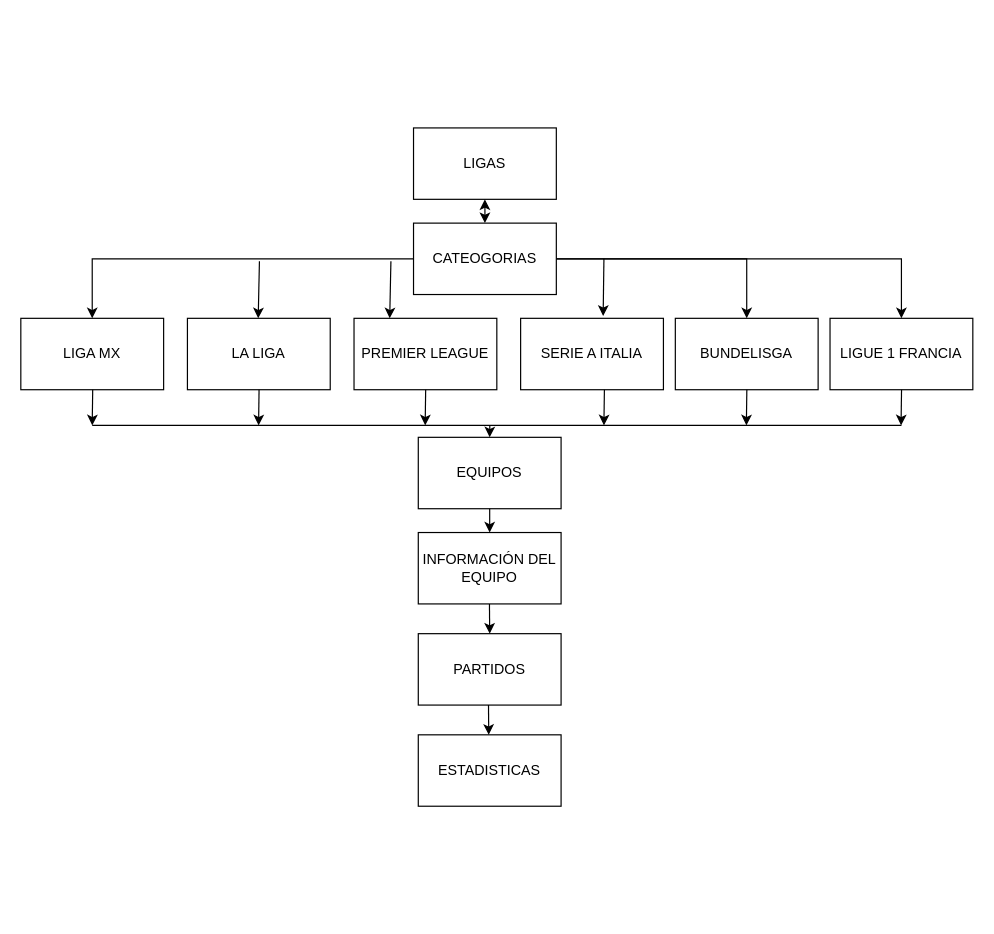
The draw.io diagram Diagrama sin título.drawio in JAMESiOSX/APLICACION-MOVIL, before the edit. Source tidied: cells renumbered, new cells numbered last; positions are measured from the earlier drawing's top-left corner, leaving out a move shared by most shapes. Both pictures are drawn from the tidied source at 119%, with x=0, y=0 at pixel (20, 127).
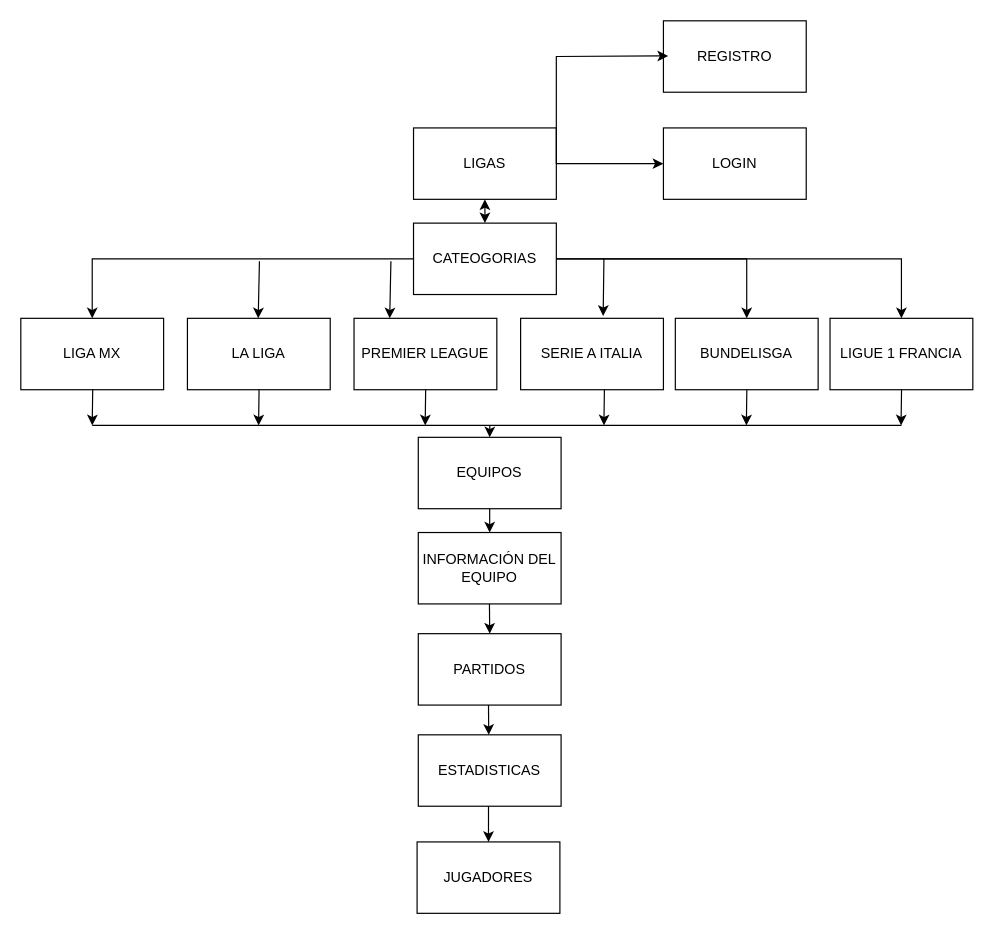
After the change.

Change to the diagram source:
```diff
@@
+    <mxCell id="32" value="LOGIN" style="rounded=0;whiteSpace=wrap;html=1;" parent="1" vertex="1">
+      <mxGeometry x="540" width="120" height="60" as="geometry" />
+    </mxCell>
+    <mxCell id="33" style="endArrow=classic;html=1;rounded=0;entryX=0;entryY=0.5;entryDx=0;entryDy=0;" parent="1" edge="1" target="32">
+      <mxGeometry relative="1" as="geometry">
+        <mxPoint x="450" y="30" as="sourcePoint" />
+      </mxGeometry>
+    </mxCell>
+    <mxCell id="34" value="REGISTRO" style="rounded=0;whiteSpace=wrap;html=1;" parent="1" vertex="1">
+      <mxGeometry x="540" y="-90" width="120" height="60" as="geometry" />
+    </mxCell>
+    <mxCell id="35" style="endArrow=classic;html=1;rounded=0;entryX=0;entryY=0.5;entryDx=0;entryDy=0;" parent="1" edge="1">
+      <mxGeometry relative="1" as="geometry">
+        <mxPoint x="450" y="30" as="sourcePoint" />
+        <mxPoint x="544" y="-60.5" as="targetPoint" />
+        <Array as="points">
+          <mxPoint x="450" y="-60" />
+        </Array>
+      </mxGeometry>
+    </mxCell>
+    <mxCell id="36" value="JUGADORES" style="rounded=0;whiteSpace=wrap;html=1;" parent="1" vertex="1">
+      <mxGeometry x="333" y="600" width="120" height="60" as="geometry" />
+    </mxCell>
+    <mxCell id="37" style="endArrow=classic;html=1;rounded=0;fontStyle=1;exitX=0.5;exitY=1;exitDx=0;exitDy=0;entryX=0.5;entryY=0;entryDx=0;entryDy=0;" parent="1" edge="1" target="36">
+      <mxGeometry relative="1" as="geometry">
+        <mxPoint x="393" y="570" as="sourcePoint" />
+      </mxGeometry>
+    </mxCell>
```
